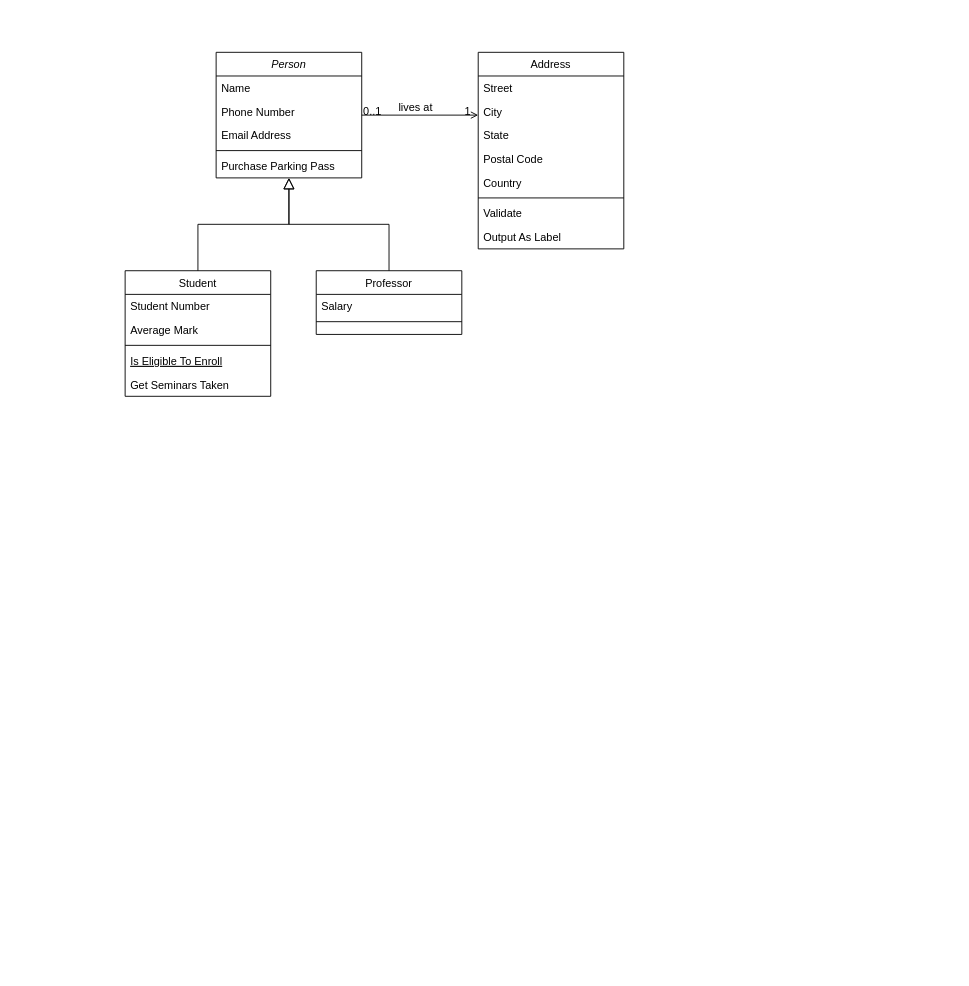
TriesteCitizen/Drone-Simulator-Project keeps this draw.io diagram as Unbenanntes Diagramm.drawio. Above is the earlier version. Source tidied: cells renumbered, new cells numbered last; positions are measured from the earlier drawing's top-left corner, leaving out a move shared by most shapes. Both pictures are drawn from the tidied source at 91%, with x=0, y=0 at pixel (125, 52).
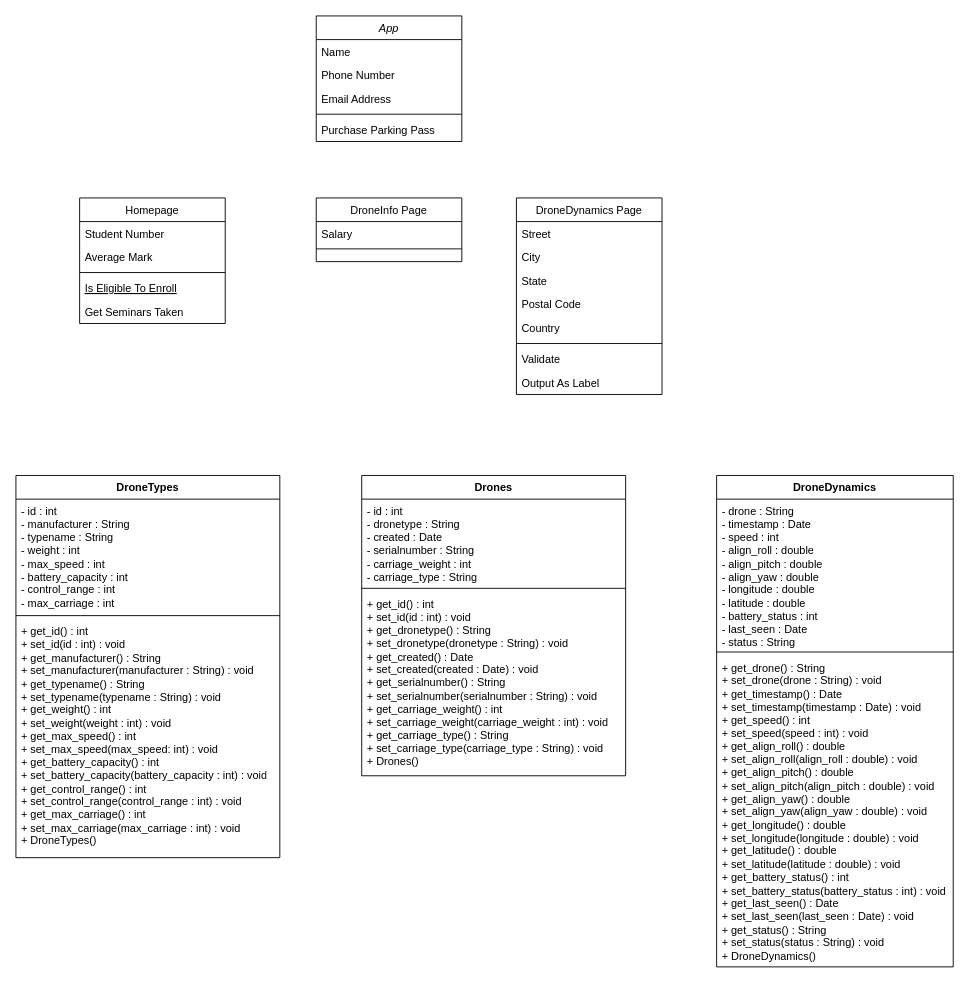
The same page after the edit.

What changed in the source:
```diff
@@
-    <mxCell id="2" value="Person" style="swimlane;fontStyle=2;align=center;verticalAlign=top;horizontal=1;startSize=26;rounded=0;shadow=0;strokeWidth=1;" parent="1" vertex="1">
-      <mxGeometry x="100" width="160" height="138" as="geometry" />
+    <mxCell id="2" value="App" style="swimlane;fontStyle=2;align=center;verticalAlign=top;horizontal=1;startSize=26;rounded=0;shadow=0;strokeWidth=1;" parent="1" vertex="1">
+      <mxGeometry x="210" y="-40" width="160" height="138" as="geometry" />
     </mxCell>
@@
-    <mxCell id="8" value="Student" style="swimlane;fontStyle=0;align=center;verticalAlign=top;horizontal=1;startSize=26;rounded=0;shadow=0;strokeWidth=1;" parent="1" vertex="1">
-      <mxGeometry y="240" width="160" height="138" as="geometry" />
+    <mxCell id="8" value="Homepage" style="swimlane;fontStyle=0;align=center;verticalAlign=top;horizontal=1;startSize=26;rounded=0;shadow=0;strokeWidth=1;" parent="1" vertex="1">
+      <mxGeometry x="-50" y="160" width="160" height="138" as="geometry" />
     </mxCell>
@@
-    <mxCell id="14" style="endArrow=block;endSize=10;endFill=0;shadow=0;strokeWidth=1;rounded=0;edgeStyle=elbowEdgeStyle;elbow=vertical;" parent="1" edge="1" source="8" target="2">
-      <mxGeometry relative="1" as="geometry" />
-    </mxCell>
-    <mxCell id="15" value="Professor" style="swimlane;fontStyle=0;align=center;verticalAlign=top;horizontal=1;startSize=26;rounded=0;shadow=0;strokeWidth=1;" parent="1" vertex="1">
-      <mxGeometry x="210" y="240" width="160" height="70" as="geometry" />
+    <mxCell id="15" value="DroneInfo Page" style="swimlane;fontStyle=0;align=center;verticalAlign=top;horizontal=1;startSize=26;rounded=0;shadow=0;strokeWidth=1;" parent="1" vertex="1">
+      <mxGeometry x="210" y="160" width="160" height="70" as="geometry" />
     </mxCell>
@@
-    <mxCell id="18" style="endArrow=block;endSize=10;endFill=0;shadow=0;strokeWidth=1;rounded=0;edgeStyle=elbowEdgeStyle;elbow=vertical;" parent="1" edge="1" source="15" target="2">
-      <mxGeometry relative="1" as="geometry" />
-    </mxCell>
-    <mxCell id="19" value="Address" style="swimlane;fontStyle=0;align=center;verticalAlign=top;horizontal=1;startSize=26;rounded=0;shadow=0;strokeWidth=1;" parent="1" vertex="1">
-      <mxGeometry x="388" width="160" height="216" as="geometry" />
+    <mxCell id="19" value="DroneDynamics Page" style="swimlane;fontStyle=0;align=center;verticalAlign=top;horizontal=1;startSize=26;rounded=0;shadow=0;strokeWidth=1;" parent="1" vertex="1">
+      <mxGeometry x="430" y="160" width="160" height="216" as="geometry" />
     </mxCell>
@@
-    <mxCell id="28" style="endArrow=open;shadow=0;strokeWidth=1;rounded=0;endFill=1;edgeStyle=elbowEdgeStyle;elbow=vertical;" parent="1" edge="1" source="2" target="19">
-      <mxGeometry x="0.5" y="41" relative="1" as="geometry">
-        <mxPoint x="-40" y="32" as="offset" />
-      </mxGeometry>
-    </mxCell>
-    <mxCell id="29" value="0..1" style="align=left;verticalAlign=bottom;labelBackgroundColor=none;fontSize=12;" parent="28" vertex="1">
-      <mxGeometry x="-1" relative="1" as="geometry">
-        <mxPoint y="4" as="offset" />
-      </mxGeometry>
-    </mxCell>
-    <mxCell id="30" value="1" style="align=right;verticalAlign=bottom;labelBackgroundColor=none;fontSize=12;" parent="28" vertex="1">
-      <mxGeometry x="1" relative="1" as="geometry">
-        <mxPoint x="-7" y="4" as="offset" />
-      </mxGeometry>
-    </mxCell>
-    <mxCell id="31" value="lives at" style="text;html=1;align=center;verticalAlign=middle;labelBackgroundColor=none;rounded=0;shadow=0;strokeWidth=1;fontSize=12;" parent="28" vertex="1">
-      <mxGeometry x="0.5" y="49" relative="1" as="geometry">
-        <mxPoint x="-38" y="40" as="offset" />
-      </mxGeometry>
-    </mxCell>
+    <mxCell id="32" value="DroneTypes" style="swimlane;fontStyle=1;align=center;verticalAlign=top;horizontal=1;startSize=26;whiteSpace=wrap;html=1;" parent="1" vertex="1">
+      <mxGeometry x="-120" y="465" width="290" height="420" as="geometry" />
+    </mxCell>
+    <mxCell id="33" value="&lt;div&gt;- id : int&lt;/div&gt;&lt;div&gt;- manufacturer : String&lt;/div&gt;&lt;div&gt;- typename : String&lt;/div&gt;&lt;div&gt;- weight : int&lt;/div&gt;&lt;div&gt;- max_speed : int&lt;/div&gt;&lt;div&gt;- battery_capacity : int&lt;/div&gt;&lt;div&gt;- control_range : int&lt;/div&gt;&lt;div&gt;- max_carriage : int&lt;br&gt;&lt;/div&gt;&lt;div&gt;&lt;br&gt;&lt;/div&gt;" style="text;strokeColor=none;fillColor=none;align=left;verticalAlign=top;spacingLeft=4;spacingRight=4;overflow=hidden;whiteSpace=wrap;html=1;" parent="32" vertex="1">
+      <mxGeometry y="26" width="290" height="124" as="geometry" />
+    </mxCell>
+    <mxCell id="34" style="line;strokeWidth=1;fillColor=none;align=left;verticalAlign=middle;spacingTop=-1;spacingLeft=3;spacingRight=3;labelPosition=right;strokeColor=inherit;" parent="32" vertex="1">
+      <mxGeometry y="150" width="290" height="8" as="geometry" />
+    </mxCell>
+    <mxCell id="35" value="&lt;div&gt;+ get_id() : int&lt;/div&gt;&lt;div&gt;+ set_id(id : int) : void&lt;/div&gt;&lt;div&gt;+ get_manufacturer() : String&lt;/div&gt;&lt;div&gt;+ set_manufacturer(manufacturer : String) : void&lt;/div&gt;&lt;div&gt;+ get_typename() : String&lt;/div&gt;&lt;div&gt;+ set_typename(typename : String) : void&lt;/div&gt;&lt;div&gt;+ get_weight() : int&lt;/div&gt;&lt;div&gt;+ set_weight(weight : int) : void&lt;/div&gt;&lt;div&gt;+ get_max_speed() : int&lt;/div&gt;&lt;div&gt;+ set_max_speed(max_speed: int) : void&lt;/div&gt;&lt;div&gt;+ get_battery_capacity() : int&lt;br&gt;&lt;/div&gt;&lt;div&gt;+ set_battery_capacity(battery_capacity : int) : void&lt;/div&gt;&lt;div&gt;+ get_control_range() : int&lt;/div&gt;&lt;div&gt;+ set_control_range(control_range : int) : void&lt;/div&gt;&lt;div&gt;+ get_max_carriage() : int&lt;/div&gt;&lt;div&gt;+ set_max_carriage(max_carriage : int) : void&amp;nbsp; &lt;br&gt;&lt;/div&gt;&lt;div&gt;+ DroneTypes()&lt;br&gt;&lt;/div&gt;&lt;div&gt;&lt;br&gt;&lt;/div&gt;" style="text;strokeColor=none;fillColor=none;align=left;verticalAlign=top;spacingLeft=4;spacingRight=4;overflow=hidden;whiteSpace=wrap;html=1;" parent="32" vertex="1">
+      <mxGeometry y="158" width="290" height="262" as="geometry" />
+    </mxCell>
+    <mxCell id="36" value="Drones" style="swimlane;fontStyle=1;align=center;verticalAlign=top;horizontal=1;startSize=26;whiteSpace=wrap;html=1;" parent="1" vertex="1">
+      <mxGeometry x="260" y="465" width="290" height="330" as="geometry" />
+    </mxCell>
+    <mxCell id="37" value="&lt;div&gt;- id : int&lt;/div&gt;&lt;div&gt;- dronetype : String&lt;/div&gt;&lt;div&gt;- created : Date&lt;/div&gt;&lt;div&gt;- serialnumber : String&lt;/div&gt;&lt;div&gt;- carriage_weight : int&lt;/div&gt;&lt;div&gt;- carriage_type : String&lt;br&gt;&lt;/div&gt;" style="text;strokeColor=none;fillColor=none;align=left;verticalAlign=top;spacingLeft=4;spacingRight=4;overflow=hidden;whiteSpace=wrap;html=1;" parent="36" vertex="1">
+      <mxGeometry y="26" width="290" height="94" as="geometry" />
+    </mxCell>
+    <mxCell id="38" style="line;strokeWidth=1;fillColor=none;align=left;verticalAlign=middle;spacingTop=-1;spacingLeft=3;spacingRight=3;labelPosition=right;strokeColor=inherit;" parent="36" vertex="1">
+      <mxGeometry y="120" width="290" height="8" as="geometry" />
+    </mxCell>
+    <mxCell id="39" value="&lt;div&gt;+ get_id() : int&lt;/div&gt;&lt;div&gt;+ set_id(id : int) : void&lt;/div&gt;&lt;div&gt;+ get_dronetype() : String&lt;/div&gt;&lt;div&gt;+ set_dronetype(dronetype : String) : void &lt;br&gt;&lt;/div&gt;&lt;div&gt;+ get_created() : Date&lt;/div&gt;&lt;div&gt;+ set_created(created : Date) : void&lt;/div&gt;&lt;div&gt;+ get_serialnumber() : String&lt;/div&gt;&lt;div&gt;+ set_serialnumber(serialnumber : String) : void&lt;br&gt;&lt;/div&gt;&lt;div&gt;+ get_carriage_weight() : int&lt;/div&gt;&lt;div&gt;+ set_carriage_weight(carriage_weight : int) : void&lt;/div&gt;&lt;div&gt;+ get_carriage_type() : String&lt;/div&gt;&lt;div&gt;+ set_carriage_type(carriage_type : String) : void&lt;/div&gt;&lt;div&gt;+ Drones()&lt;br&gt;&lt;/div&gt;" style="text;strokeColor=none;fillColor=none;align=left;verticalAlign=top;spacingLeft=4;spacingRight=4;overflow=hidden;whiteSpace=wrap;html=1;" parent="36" vertex="1">
+      <mxGeometry y="128" width="290" height="202" as="geometry" />
+    </mxCell>
+    <mxCell id="40" value="DroneDynamics" style="swimlane;fontStyle=1;align=center;verticalAlign=top;horizontal=1;startSize=26;whiteSpace=wrap;html=1;" parent="1" vertex="1">
+      <mxGeometry x="650" y="465" width="260" height="540" as="geometry" />
+    </mxCell>
+    <mxCell id="41" value="&lt;div&gt;- drone : String&lt;/div&gt;&lt;div&gt;- timestamp : Date&lt;/div&gt;&lt;div&gt;- speed : int&lt;/div&gt;&lt;div&gt;- align_roll : double&lt;/div&gt;&lt;div&gt;- align_pitch : double&lt;/div&gt;&lt;div&gt;- align_yaw : double&lt;/div&gt;&lt;div&gt;- longitude : double&lt;/div&gt;&lt;div&gt;- latitude : double&lt;/div&gt;&lt;div&gt;- battery_status : int&lt;/div&gt;&lt;div&gt;- last_seen : Date&lt;/div&gt;&lt;div&gt;- status : String&lt;br&gt;&lt;/div&gt;" style="text;strokeColor=none;fillColor=none;align=left;verticalAlign=top;spacingLeft=4;spacingRight=4;overflow=hidden;whiteSpace=wrap;html=1;" parent="40" vertex="1">
+      <mxGeometry y="26" width="260" height="164" as="geometry" />
+    </mxCell>
+    <mxCell id="42" style="line;strokeWidth=1;fillColor=none;align=left;verticalAlign=middle;spacingTop=-1;spacingLeft=3;spacingRight=3;labelPosition=right;strokeColor=inherit;" parent="40" vertex="1">
+      <mxGeometry y="190" width="260" height="8" as="geometry" />
+    </mxCell>
+    <mxCell id="43" value="&lt;div&gt;+ get_drone() : String&lt;/div&gt;&lt;div&gt;+ set_drone(drone : String) : void&lt;/div&gt;&lt;div&gt;+ get_timestamp() : Date&lt;/div&gt;&lt;div&gt;+ set_timestamp(timestamp : Date) : void&lt;br&gt;&lt;/div&gt;&lt;div&gt;+ get_speed() : int&lt;/div&gt;&lt;div&gt;+ set_speed(speed : int) : void&lt;/div&gt;&lt;div&gt;+ get_align_roll() : double&lt;/div&gt;&lt;div&gt;+ set_align_roll(align_roll : double) : void&lt;/div&gt;&lt;div&gt;+ get_align_pitch() : double&lt;br&gt;&lt;/div&gt;&lt;div&gt;+ set_align_pitch(align_pitch : double) : void&lt;/div&gt;&lt;div&gt;+ get_align_yaw() : double&lt;/div&gt;&lt;div&gt;+ set_align_yaw(align_yaw : double) : void&lt;/div&gt;&lt;div&gt;+ get_longitude() : double&lt;/div&gt;&lt;div&gt;+ set_longitude(longitude : double) : void&lt;/div&gt;&lt;div&gt;+ get_latitude() : double&lt;/div&gt;&lt;div&gt;+ set_latitude(latitude : double) : void&lt;/div&gt;&lt;div&gt;+ get_battery_status() : int&lt;/div&gt;&lt;div&gt;+ set_battery_status(battery_status : int) : void&lt;/div&gt;&lt;div&gt;+ get_last_seen() : Date&lt;/div&gt;&lt;div&gt;+ set_last_seen(last_seen : Date) : void&lt;/div&gt;&lt;div&gt;+ get_status() : String&lt;/div&gt;&lt;div&gt;+ set_status(status : String) : void&lt;/div&gt;&lt;div&gt;+ DroneDynamics()&lt;br&gt;&lt;/div&gt;&lt;div&gt;&lt;br&gt;&lt;/div&gt;" style="text;strokeColor=none;fillColor=none;align=left;verticalAlign=top;spacingLeft=4;spacingRight=4;overflow=hidden;whiteSpace=wrap;html=1;" parent="40" vertex="1">
+      <mxGeometry y="198" width="260" height="342" as="geometry" />
+    </mxCell>
```
